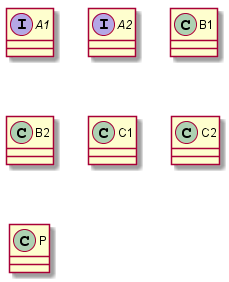
Above: out/production/Parser/output.png in Manasi670430/Parser (PlantUML), before the change.
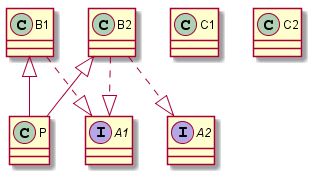
The same file after the commit.

Change to the diagram source:
```diff
@@ -13,4 +13,9 @@
  }
 class P {
  }
+B1 ..|> A1
+B2 ..|> A2
+B2 ..|> A1
+B2 <|-- P
+B1 <|-- P
 @enduml
```
